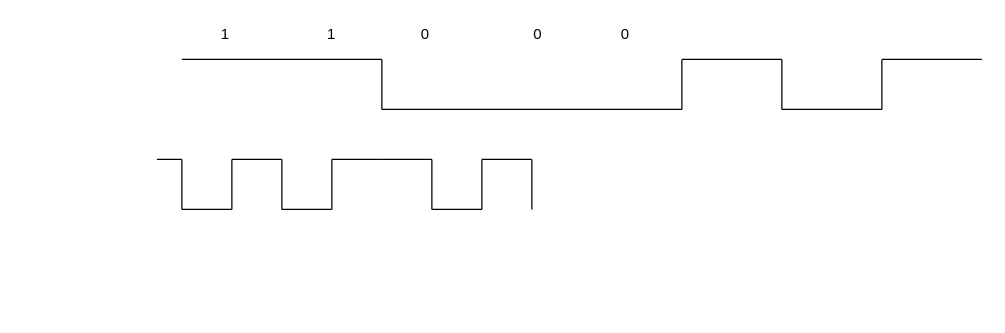
This is Untitled Diagram.drawio from iluzhiyong/01-Algorithm_C, a draw.io file, before an edit. Source tidied: cells renumbered, new cells numbered last; positions are measured from the earlier drawing's top-left corner, leaving out a move shared by most shapes. Both pictures are drawn from the tidied source at 125%, with x=0, y=0 at pixel (156, 21).
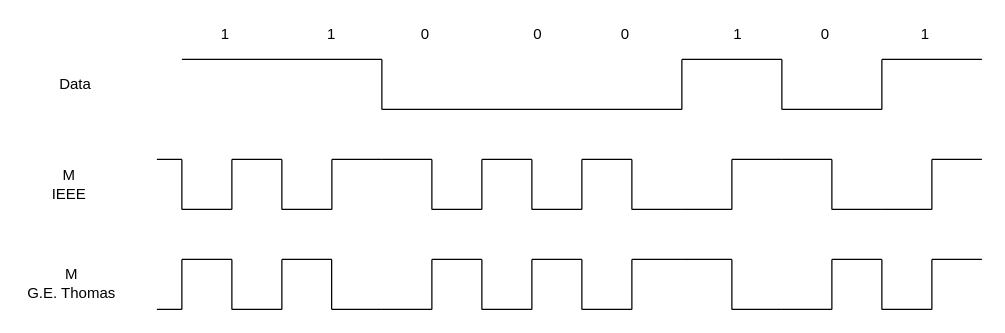
The same diagram, later.

Diff of the diagram source:
```diff
@@
+    <mxCell id="31" style="endArrow=none;html=1;rounded=0;" parent="1" edge="1">
+      <mxGeometry relative="1" as="geometry">
+        <mxPoint x="300" y="150" as="sourcePoint" />
+        <mxPoint x="340" y="150" as="targetPoint" />
+        <Array as="points">
+          <mxPoint x="330" y="150" />
+        </Array>
+      </mxGeometry>
+    </mxCell>
+    <mxCell id="32" style="endArrow=none;html=1;rounded=0;" parent="1" edge="1">
+      <mxGeometry relative="1" as="geometry">
+        <mxPoint x="340" y="110" as="sourcePoint" />
+        <mxPoint x="340" y="150" as="targetPoint" />
+        <Array as="points">
+          <mxPoint x="340" y="120" />
+        </Array>
+      </mxGeometry>
+    </mxCell>
+    <mxCell id="33" style="endArrow=none;html=1;rounded=0;" parent="1" edge="1">
+      <mxGeometry relative="1" as="geometry">
+        <mxPoint x="340" y="110" as="sourcePoint" />
+        <mxPoint x="380" y="110" as="targetPoint" />
+        <Array as="points">
+          <mxPoint x="370" y="110" />
+        </Array>
+      </mxGeometry>
+    </mxCell>
+    <mxCell id="34" style="endArrow=none;html=1;rounded=0;" parent="1" edge="1">
+      <mxGeometry relative="1" as="geometry">
+        <mxPoint x="380" y="110" as="sourcePoint" />
+        <mxPoint x="380" y="150" as="targetPoint" />
+        <Array as="points">
+          <mxPoint x="380" y="120" />
+        </Array>
+      </mxGeometry>
+    </mxCell>
+    <mxCell id="35" style="endArrow=none;html=1;rounded=0;" parent="1" edge="1">
+      <mxGeometry relative="1" as="geometry">
+        <mxPoint x="460" y="110" as="sourcePoint" />
+        <mxPoint x="460" y="150" as="targetPoint" />
+        <Array as="points">
+          <mxPoint x="460" y="120" />
+        </Array>
+      </mxGeometry>
+    </mxCell>
+    <mxCell id="36" value="1" style="text;strokeColor=none;align=center;fillColor=none;html=1;verticalAlign=middle;whiteSpace=wrap;rounded=0;" parent="1" vertex="1">
+      <mxGeometry x="440" width="50" height="20" as="geometry" />
+    </mxCell>
+    <mxCell id="37" value="0" style="text;strokeColor=none;align=center;fillColor=none;html=1;verticalAlign=middle;whiteSpace=wrap;rounded=0;" parent="1" vertex="1">
+      <mxGeometry x="510" width="50" height="20" as="geometry" />
+    </mxCell>
+    <mxCell id="38" value="1" style="text;strokeColor=none;align=center;fillColor=none;html=1;verticalAlign=middle;whiteSpace=wrap;rounded=0;" parent="1" vertex="1">
+      <mxGeometry x="590" width="50" height="20" as="geometry" />
+    </mxCell>
+    <mxCell id="39" style="endArrow=none;html=1;rounded=0;" parent="1" edge="1">
+      <mxGeometry relative="1" as="geometry">
+        <mxPoint x="380" y="150" as="sourcePoint" />
+        <mxPoint x="420" y="150" as="targetPoint" />
+        <Array as="points">
+          <mxPoint x="410" y="150" />
+        </Array>
+      </mxGeometry>
+    </mxCell>
+    <mxCell id="40" style="endArrow=none;html=1;rounded=0;" parent="1" edge="1">
+      <mxGeometry relative="1" as="geometry">
+        <mxPoint x="420" y="150" as="sourcePoint" />
+        <mxPoint x="460" y="150" as="targetPoint" />
+        <Array as="points">
+          <mxPoint x="450" y="150" />
+        </Array>
+      </mxGeometry>
+    </mxCell>
+    <mxCell id="41" style="endArrow=none;html=1;rounded=0;" parent="1" edge="1">
+      <mxGeometry relative="1" as="geometry">
+        <mxPoint x="460" y="110" as="sourcePoint" />
+        <mxPoint x="500" y="110" as="targetPoint" />
+        <Array as="points">
+          <mxPoint x="490" y="110" />
+        </Array>
+      </mxGeometry>
+    </mxCell>
+    <mxCell id="42" style="endArrow=none;html=1;rounded=0;" parent="1" edge="1">
+      <mxGeometry relative="1" as="geometry">
+        <mxPoint x="500" y="110" as="sourcePoint" />
+        <mxPoint x="540" y="110" as="targetPoint" />
+        <Array as="points">
+          <mxPoint x="530" y="110" />
+        </Array>
+      </mxGeometry>
+    </mxCell>
+    <mxCell id="43" style="endArrow=none;html=1;rounded=0;" parent="1" edge="1">
+      <mxGeometry relative="1" as="geometry">
+        <mxPoint x="540" y="110" as="sourcePoint" />
+        <mxPoint x="540" y="150" as="targetPoint" />
+        <Array as="points">
+          <mxPoint x="540" y="120" />
+        </Array>
+      </mxGeometry>
+    </mxCell>
+    <mxCell id="44" style="endArrow=none;html=1;rounded=0;" parent="1" edge="1">
+      <mxGeometry relative="1" as="geometry">
+        <mxPoint x="540" y="150" as="sourcePoint" />
+        <mxPoint x="580" y="150" as="targetPoint" />
+        <Array as="points">
+          <mxPoint x="570" y="150" />
+        </Array>
+      </mxGeometry>
+    </mxCell>
+    <mxCell id="45" style="endArrow=none;html=1;rounded=0;" parent="1" edge="1">
+      <mxGeometry relative="1" as="geometry">
+        <mxPoint x="580" y="150" as="sourcePoint" />
+        <mxPoint x="620" y="150" as="targetPoint" />
+        <Array as="points">
+          <mxPoint x="610" y="150" />
+        </Array>
+      </mxGeometry>
+    </mxCell>
+    <mxCell id="46" style="endArrow=none;html=1;rounded=0;" parent="1" edge="1">
+      <mxGeometry relative="1" as="geometry">
+        <mxPoint x="620" y="110" as="sourcePoint" />
+        <mxPoint x="620" y="150" as="targetPoint" />
+        <Array as="points">
+          <mxPoint x="620" y="120" />
+        </Array>
+      </mxGeometry>
+    </mxCell>
+    <mxCell id="47" style="endArrow=none;html=1;rounded=0;" parent="1" edge="1">
+      <mxGeometry relative="1" as="geometry">
+        <mxPoint x="620" y="110" as="sourcePoint" />
+        <mxPoint x="660" y="110" as="targetPoint" />
+        <Array as="points">
+          <mxPoint x="650" y="110" />
+        </Array>
+      </mxGeometry>
+    </mxCell>
+    <mxCell id="48" value="M &lt;br&gt;IEEE" style="text;strokeColor=none;align=center;fillColor=none;html=1;verticalAlign=middle;whiteSpace=wrap;rounded=0;" parent="1" vertex="1">
+      <mxGeometry x="-100" y="120" width="60" height="20" as="geometry" />
+    </mxCell>
+    <mxCell id="49" style="endArrow=none;html=1;rounded=0;" parent="1" edge="1">
+      <mxGeometry relative="1" as="geometry">
+        <mxPoint y="230" as="sourcePoint" />
+        <mxPoint x="20" y="230" as="targetPoint" />
+        <Array as="points">
+          <mxPoint x="10" y="230" />
+        </Array>
+      </mxGeometry>
+    </mxCell>
+    <mxCell id="50" style="endArrow=none;html=1;rounded=0;" parent="1" edge="1">
+      <mxGeometry relative="1" as="geometry">
+        <mxPoint x="20" y="190" as="sourcePoint" />
+        <mxPoint x="20" y="230" as="targetPoint" />
+        <Array as="points">
+          <mxPoint x="20" y="200" />
+        </Array>
+      </mxGeometry>
+    </mxCell>
+    <mxCell id="51" style="endArrow=none;html=1;rounded=0;" parent="1" edge="1">
+      <mxGeometry relative="1" as="geometry">
+        <mxPoint x="20" y="190" as="sourcePoint" />
+        <mxPoint x="60" y="190" as="targetPoint" />
+        <Array as="points">
+          <mxPoint x="50" y="190" />
+        </Array>
+      </mxGeometry>
+    </mxCell>
+    <mxCell id="52" style="endArrow=none;html=1;rounded=0;" parent="1" edge="1">
+      <mxGeometry relative="1" as="geometry">
+        <mxPoint x="60" y="190" as="sourcePoint" />
+        <mxPoint x="60" y="230" as="targetPoint" />
+        <Array as="points">
+          <mxPoint x="60" y="200" />
+        </Array>
+      </mxGeometry>
+    </mxCell>
+    <mxCell id="53" style="endArrow=none;html=1;rounded=0;" parent="1" edge="1">
+      <mxGeometry relative="1" as="geometry">
+        <mxPoint x="60" y="230" as="sourcePoint" />
+        <mxPoint x="100" y="230" as="targetPoint" />
+        <Array as="points">
+          <mxPoint x="90" y="230" />
+        </Array>
+      </mxGeometry>
+    </mxCell>
+    <mxCell id="54" style="endArrow=none;html=1;rounded=0;" parent="1" edge="1">
+      <mxGeometry relative="1" as="geometry">
+        <mxPoint x="100" y="190" as="sourcePoint" />
+        <mxPoint x="100" y="230" as="targetPoint" />
+        <Array as="points">
+          <mxPoint x="100" y="200" />
+        </Array>
+      </mxGeometry>
+    </mxCell>
+    <mxCell id="55" style="endArrow=none;html=1;rounded=0;" parent="1" edge="1">
+      <mxGeometry relative="1" as="geometry">
+        <mxPoint x="100" y="190" as="sourcePoint" />
+        <mxPoint x="140" y="190" as="targetPoint" />
+        <Array as="points">
+          <mxPoint x="130" y="190" />
+        </Array>
+      </mxGeometry>
+    </mxCell>
+    <mxCell id="56" style="endArrow=none;html=1;rounded=0;" parent="1" edge="1">
+      <mxGeometry relative="1" as="geometry">
+        <mxPoint x="139.8" y="190" as="sourcePoint" />
+        <mxPoint x="139.8" y="230" as="targetPoint" />
+        <Array as="points">
+          <mxPoint x="139.8" y="200" />
+        </Array>
+      </mxGeometry>
+    </mxCell>
+    <mxCell id="57" style="endArrow=none;html=1;rounded=0;" parent="1" edge="1">
+      <mxGeometry relative="1" as="geometry">
+        <mxPoint x="140" y="230" as="sourcePoint" />
+        <mxPoint x="180" y="230" as="targetPoint" />
+        <Array as="points">
+          <mxPoint x="170" y="230" />
+        </Array>
+      </mxGeometry>
+    </mxCell>
+    <mxCell id="58" style="endArrow=none;html=1;rounded=0;" parent="1" edge="1">
+      <mxGeometry relative="1" as="geometry">
+        <mxPoint x="180" y="230" as="sourcePoint" />
+        <mxPoint x="220" y="230" as="targetPoint" />
+        <Array as="points">
+          <mxPoint x="210" y="230" />
+        </Array>
+      </mxGeometry>
+    </mxCell>
+    <mxCell id="59" style="endArrow=none;html=1;rounded=0;" parent="1" edge="1">
+      <mxGeometry relative="1" as="geometry">
+        <mxPoint x="220" y="190" as="sourcePoint" />
+        <mxPoint x="220" y="230" as="targetPoint" />
+        <Array as="points">
+          <mxPoint x="220" y="200" />
+        </Array>
+      </mxGeometry>
+    </mxCell>
+    <mxCell id="60" style="endArrow=none;html=1;rounded=0;" parent="1" edge="1">
+      <mxGeometry relative="1" as="geometry">
+        <mxPoint x="220" y="190" as="sourcePoint" />
+        <mxPoint x="260" y="190" as="targetPoint" />
+        <Array as="points">
+          <mxPoint x="250" y="190" />
+        </Array>
+      </mxGeometry>
+    </mxCell>
+    <mxCell id="61" style="endArrow=none;html=1;rounded=0;" parent="1" edge="1">
+      <mxGeometry relative="1" as="geometry">
+        <mxPoint x="260" y="190" as="sourcePoint" />
+        <mxPoint x="260" y="230" as="targetPoint" />
+        <Array as="points">
+          <mxPoint x="260" y="200" />
+        </Array>
+      </mxGeometry>
+    </mxCell>
+    <mxCell id="62" style="endArrow=none;html=1;rounded=0;" parent="1" edge="1">
+      <mxGeometry relative="1" as="geometry">
+        <mxPoint x="260" y="230" as="sourcePoint" />
+        <mxPoint x="300" y="230" as="targetPoint" />
+        <Array as="points">
+          <mxPoint x="290" y="230" />
+        </Array>
+      </mxGeometry>
+    </mxCell>
+    <mxCell id="63" style="endArrow=none;html=1;rounded=0;" parent="1" edge="1">
+      <mxGeometry relative="1" as="geometry">
+        <mxPoint x="300" y="190" as="sourcePoint" />
+        <mxPoint x="300" y="230" as="targetPoint" />
+        <Array as="points">
+          <mxPoint x="300" y="200" />
+        </Array>
+      </mxGeometry>
+    </mxCell>
+    <mxCell id="64" style="endArrow=none;html=1;rounded=0;" parent="1" edge="1">
+      <mxGeometry relative="1" as="geometry">
+        <mxPoint x="300" y="190" as="sourcePoint" />
+        <mxPoint x="340" y="190" as="targetPoint" />
+        <Array as="points">
+          <mxPoint x="330" y="190" />
+        </Array>
+      </mxGeometry>
+    </mxCell>
+    <mxCell id="65" style="endArrow=none;html=1;rounded=0;" parent="1" edge="1">
+      <mxGeometry relative="1" as="geometry">
+        <mxPoint x="340" y="230" as="sourcePoint" />
+        <mxPoint x="380" y="230" as="targetPoint" />
+        <Array as="points">
+          <mxPoint x="370" y="230" />
+        </Array>
+      </mxGeometry>
+    </mxCell>
+    <mxCell id="66" style="endArrow=none;html=1;rounded=0;" parent="1" edge="1">
+      <mxGeometry relative="1" as="geometry">
+        <mxPoint x="340" y="190" as="sourcePoint" />
+        <mxPoint x="340" y="230" as="targetPoint" />
+        <Array as="points">
+          <mxPoint x="340" y="200" />
+        </Array>
+      </mxGeometry>
+    </mxCell>
+    <mxCell id="67" style="endArrow=none;html=1;rounded=0;" parent="1" edge="1">
+      <mxGeometry relative="1" as="geometry">
+        <mxPoint x="380" y="190" as="sourcePoint" />
+        <mxPoint x="380" y="230" as="targetPoint" />
+        <Array as="points">
+          <mxPoint x="380" y="200" />
+        </Array>
+      </mxGeometry>
+    </mxCell>
+    <mxCell id="68" style="endArrow=none;html=1;rounded=0;" parent="1" edge="1">
+      <mxGeometry relative="1" as="geometry">
+        <mxPoint x="380" y="190" as="sourcePoint" />
+        <mxPoint x="420" y="190" as="targetPoint" />
+        <Array as="points">
+          <mxPoint x="410" y="190" />
+        </Array>
+      </mxGeometry>
+    </mxCell>
+    <mxCell id="69" style="endArrow=none;html=1;rounded=0;" parent="1" edge="1">
+      <mxGeometry relative="1" as="geometry">
+        <mxPoint x="420" y="190" as="sourcePoint" />
+        <mxPoint x="460" y="190" as="targetPoint" />
+        <Array as="points">
+          <mxPoint x="450" y="190" />
+        </Array>
+      </mxGeometry>
+    </mxCell>
+    <mxCell id="70" style="endArrow=none;html=1;rounded=0;" parent="1" edge="1">
+      <mxGeometry relative="1" as="geometry">
+        <mxPoint x="460" y="190" as="sourcePoint" />
+        <mxPoint x="460" y="230" as="targetPoint" />
+        <Array as="points">
+          <mxPoint x="460" y="200" />
+        </Array>
+      </mxGeometry>
+    </mxCell>
+    <mxCell id="71" style="endArrow=none;html=1;rounded=0;" parent="1" edge="1">
+      <mxGeometry relative="1" as="geometry">
+        <mxPoint x="460" y="230" as="sourcePoint" />
+        <mxPoint x="500" y="230" as="targetPoint" />
+        <Array as="points">
+          <mxPoint x="490" y="230" />
+        </Array>
+      </mxGeometry>
+    </mxCell>
+    <mxCell id="72" style="endArrow=none;html=1;rounded=0;" parent="1" edge="1">
+      <mxGeometry relative="1" as="geometry">
+        <mxPoint x="500" y="230" as="sourcePoint" />
+        <mxPoint x="540" y="230" as="targetPoint" />
+        <Array as="points">
+          <mxPoint x="530" y="230" />
+        </Array>
+      </mxGeometry>
+    </mxCell>
+    <mxCell id="73" style="endArrow=none;html=1;rounded=0;" parent="1" edge="1">
+      <mxGeometry relative="1" as="geometry">
+        <mxPoint x="540" y="190" as="sourcePoint" />
+        <mxPoint x="540" y="230" as="targetPoint" />
+        <Array as="points">
+          <mxPoint x="540" y="200" />
+        </Array>
+      </mxGeometry>
+    </mxCell>
+    <mxCell id="74" style="endArrow=none;html=1;rounded=0;" parent="1" edge="1">
+      <mxGeometry relative="1" as="geometry">
+        <mxPoint x="540" y="190" as="sourcePoint" />
+        <mxPoint x="580" y="190" as="targetPoint" />
+        <Array as="points">
+          <mxPoint x="570" y="190" />
+        </Array>
+      </mxGeometry>
+    </mxCell>
+    <mxCell id="75" style="endArrow=none;html=1;rounded=0;" parent="1" edge="1">
+      <mxGeometry relative="1" as="geometry">
+        <mxPoint x="580" y="190" as="sourcePoint" />
+        <mxPoint x="580" y="230" as="targetPoint" />
+        <Array as="points">
+          <mxPoint x="580" y="200" />
+        </Array>
+      </mxGeometry>
+    </mxCell>
+    <mxCell id="76" style="endArrow=none;html=1;rounded=0;" parent="1" edge="1">
+      <mxGeometry relative="1" as="geometry">
+        <mxPoint x="580" y="230" as="sourcePoint" />
+        <mxPoint x="620" y="230" as="targetPoint" />
+        <Array as="points">
+          <mxPoint x="610" y="230" />
+        </Array>
+      </mxGeometry>
+    </mxCell>
+    <mxCell id="77" style="endArrow=none;html=1;rounded=0;" parent="1" edge="1">
+      <mxGeometry relative="1" as="geometry">
+        <mxPoint x="620" y="190" as="sourcePoint" />
+        <mxPoint x="620" y="230" as="targetPoint" />
+        <Array as="points">
+          <mxPoint x="620" y="200" />
+        </Array>
+      </mxGeometry>
+    </mxCell>
+    <mxCell id="78" style="endArrow=none;html=1;rounded=0;" parent="1" edge="1">
+      <mxGeometry relative="1" as="geometry">
+        <mxPoint x="620" y="190" as="sourcePoint" />
+        <mxPoint x="660" y="190" as="targetPoint" />
+        <Array as="points">
+          <mxPoint x="650" y="190" />
+        </Array>
+      </mxGeometry>
+    </mxCell>
+    <mxCell id="79" value="Data" style="text;strokeColor=none;align=center;fillColor=none;html=1;verticalAlign=middle;whiteSpace=wrap;rounded=0;" parent="1" vertex="1">
+      <mxGeometry x="-90" y="40" width="50" height="20" as="geometry" />
+    </mxCell>
+    <mxCell id="80" value="M &lt;br&gt;G.E. Thomas" style="text;strokeColor=none;align=center;fillColor=none;html=1;verticalAlign=middle;whiteSpace=wrap;rounded=0;" parent="1" vertex="1">
+      <mxGeometry x="-108" y="199" width="80" height="20" as="geometry" />
+    </mxCell>
```
